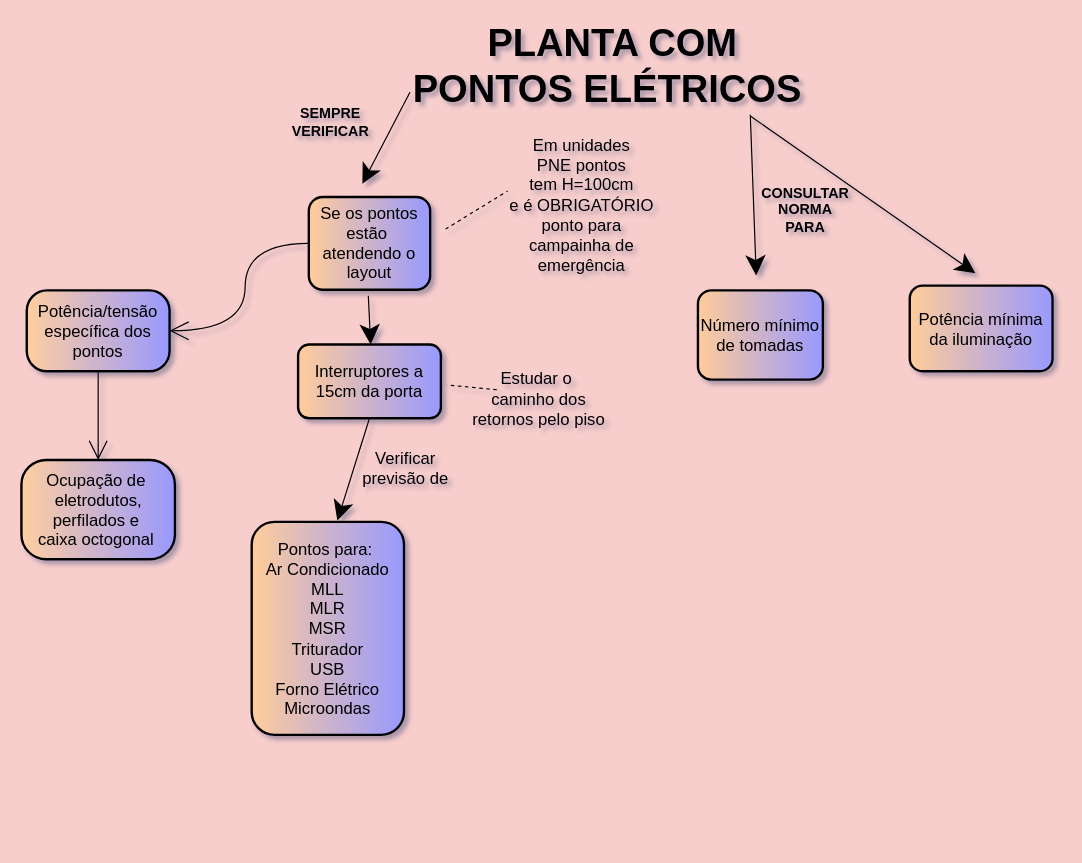
The draw.io diagram Diagrama sem nome.drawio in LuizGarcia22/firsttimedream, before the edit. Source tidied: cells renumbered, new cells numbered last; positions are measured from the earlier drawing's top-left corner, leaving out a move shared by most shapes. Both pictures are drawn from the tidied source at 119%, with x=0, y=0 at pixel (21, 42).
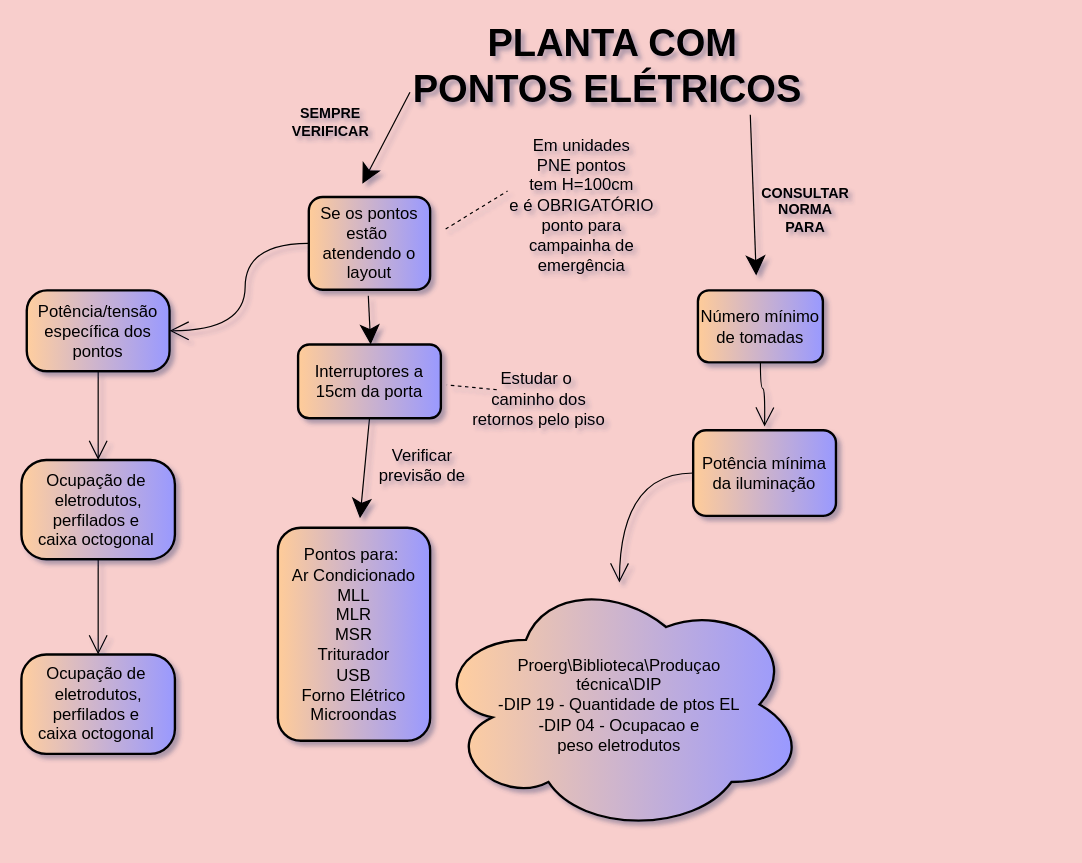
The same page after the edit.

Unchanged cells that the change refers to:
```xml
<mxCell id="14" value="Interruptores a 15cm da porta" style="whiteSpace=wrap;html=1;fontSize=14;fillColor=#FFCC99;fontColor=#000000;rounded=1;labelBackgroundColor=none;labelBorderColor=none;strokeWidth=2;gradientColor=#9999FF;gradientDirection=east;fontStyle=0;" parent="1" vertex="1">
  <mxGeometry x="232" y="254" width="120" height="62" as="geometry" />
</mxCell>
<mxCell id="18" value="Ocupação de&amp;nbsp;&lt;br&gt;eletrodutos, perfilados e&amp;nbsp;&lt;br&gt;caixa octogonal&amp;nbsp;" style="rounded=1;whiteSpace=wrap;html=1;labelBackgroundColor=none;labelBorderColor=none;strokeWidth=2;fontSize=14;fillColor=#FFCE9F;gradientColor=#9999FF;gradientDirection=east;arcSize=25;strokeColor=#000000;" parent="1" vertex="1">
  <mxGeometry x="-0.5" y="351" width="129" height="83.5" as="geometry" />
</mxCell>
```

Change to the diagram source:
```diff
@@
+    <mxCell id="24" style="edgeStyle=orthogonalEdgeStyle;curved=1;jettySize=auto;html=1;fontFamily=Helvetica;fontSize=14;fontColor=#000000;endArrow=open;startSize=14;endSize=14;" parent="1" edge="1" source="7">
+      <mxGeometry relative="1" as="geometry">
+        <mxPoint x="624" y="323" as="targetPoint" />
+      </mxGeometry>
+    </mxCell>
     <mxCell id="7" value="Número mínimo de tomadas&lt;br style=&quot;font-size: 14px;&quot;&gt;" style="rounded=1;whiteSpace=wrap;html=1;labelBackgroundColor=none;labelBorderColor=none;strokeWidth=2;fontSize=14;fontColor=#000000;fillColor=#FFCC99;gradientColor=#9999FF;gradientDirection=east;" parent="1" vertex="1">
-      <mxGeometry x="568" y="208.5" width="105" height="75" as="geometry" />
+      <mxGeometry x="568" y="208.5" width="105" height="60.5" as="geometry" />
     </mxCell>
@@
+    <mxCell id="25" style="edgeStyle=orthogonalEdgeStyle;curved=1;jettySize=auto;html=1;fontFamily=Helvetica;fontSize=14;fontColor=#000000;endArrow=open;startSize=14;endSize=14;" parent="1" edge="1" source="12">
+      <mxGeometry relative="1" as="geometry">
+        <mxPoint x="502" y="454" as="targetPoint" />
+      </mxGeometry>
+    </mxCell>
     <mxCell id="12" value="Potência mínima&lt;br style=&quot;font-size: 14px;&quot;&gt;da iluminação" style="rounded=1;whiteSpace=wrap;html=1;labelBackgroundColor=none;labelBorderColor=none;strokeWidth=2;fontSize=14;fontColor=#000000;fillColor=#FFCC99;gradientColor=#9999FF;gradientDirection=east;" parent="1" vertex="1">
-      <mxGeometry x="746" y="204.5" width="120" height="72" as="geometry" />
+      <mxGeometry x="564" y="326" width="120" height="72" as="geometry" />
     </mxCell>
     <mxCell id="13" value="Pontos para:&amp;nbsp;&lt;br&gt;Ar Condicionado&lt;br&gt;MLL&lt;br&gt;MLR&lt;br&gt;MSR&lt;br&gt;Triturador&lt;br&gt;USB&lt;br&gt;Forno Elétrico&lt;br&gt;Microondas" style="whiteSpace=wrap;html=1;fontSize=14;fillColor=#FFCC99;fontColor=#000000;rounded=1;labelBackgroundColor=none;labelBorderColor=none;strokeWidth=2;gradientColor=#9999FF;gradientDirection=east;" parent="1" vertex="1">
-      <mxGeometry x="193" y="403" width="128" height="179" as="geometry" />
+      <mxGeometry x="215" y="408" width="128" height="179" as="geometry" />
     </mxCell>
@@
-    <mxCell id="15" style="endArrow=classic;html=1;fontSize=14;fontColor=#000000;startSize=14;endSize=14;curved=1;" parent="1" edge="1">
-      <mxGeometry relative="1" as="geometry">
-        <mxPoint x="612" y="62" as="sourcePoint" />
-        <mxPoint x="801" y="194" as="targetPoint" />
-      </mxGeometry>
-    </mxCell>
     <mxCell id="16" style="endArrow=classic;html=1;fontSize=14;fontColor=#000000;startSize=14;endSize=14;curved=1;exitX=0.5;exitY=1;exitDx=0;exitDy=0;" parent="1" edge="1" source="14">
       <mxGeometry relative="1" as="geometry">
-        <mxPoint x="265" y="402" as="targetPoint" />
+        <mxPoint x="284" y="400" as="targetPoint" />
       </mxGeometry>
     </mxCell>
@@
+    <mxCell id="26" style="edgeStyle=orthogonalEdgeStyle;curved=1;jettySize=auto;html=1;fontFamily=Helvetica;fontSize=14;fontColor=#000000;endArrow=open;startSize=14;endSize=14;" parent="1" edge="1" source="18" target="27">
+      <mxGeometry relative="1" as="geometry" />
+    </mxCell>
@@
     <mxCell id="23" value="Verificar&lt;br&gt;previsão de" style="edgeLabel;html=1;align=center;verticalAlign=middle;fontSize=14;fontColor=#000000;labelBackgroundColor=none;" parent="1" vertex="1">
-      <mxGeometry x="315" y="335" as="geometry">
+      <mxGeometry x="329" y="332" as="geometry">
         <mxPoint x="6" y="22" as="offset" />
       </mxGeometry>
     </mxCell>
+    <mxCell id="27" value="Ocupação de&amp;nbsp;&lt;br&gt;eletrodutos, perfilados e&amp;nbsp;&lt;br&gt;caixa octogonal&amp;nbsp;" style="rounded=1;whiteSpace=wrap;html=1;labelBackgroundColor=none;labelBorderColor=none;strokeWidth=2;fontSize=14;fillColor=#FFCE9F;gradientColor=#9999FF;gradientDirection=east;arcSize=25;strokeColor=#000000;" parent="1" vertex="1">
+      <mxGeometry x="-0.5" y="514.5" width="129" height="83.5" as="geometry" />
+    </mxCell>
+    <mxCell id="28" value="Proerg\Biblioteca\Produçao &lt;br&gt;técnica\DIP&lt;br&gt;-DIP 19 - Quantidade de ptos EL&lt;br&gt;-DIP 04 - Ocupacao e &lt;br&gt;peso eletrodutos" style="ellipse;shape=cloud;whiteSpace=wrap;html=1;labelBackgroundColor=none;labelBorderColor=none;strokeColor=#000000;strokeWidth=2;fontFamily=Helvetica;fontSize=14;fontColor=#000000;fillColor=#FFCE9F;gradientColor=#9999FF;gradientDirection=east;" parent="1" vertex="1">
+      <mxGeometry x="345" y="448" width="314" height="217" as="geometry" />
+    </mxCell>
```
